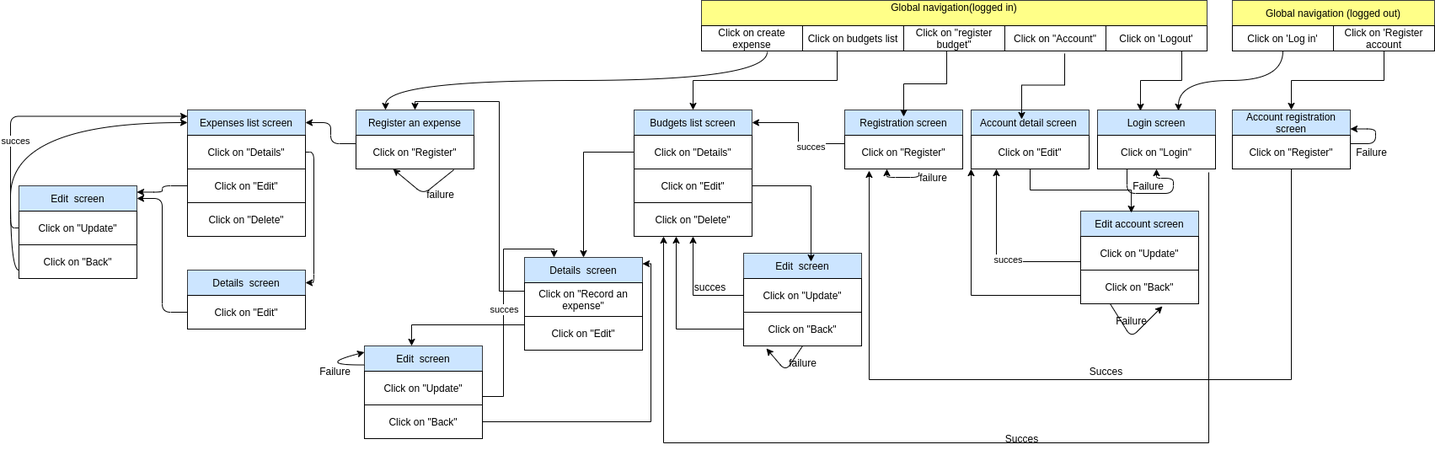
eaguidigodo/budman keeps this draw.io diagram as docs/budman_transition.drawio.png. Above is the earlier version. Source tidied: cells renumbered, new cells last; positions are measured from the earlier drawing's top-left corner, leaving out a move shared by most shapes.
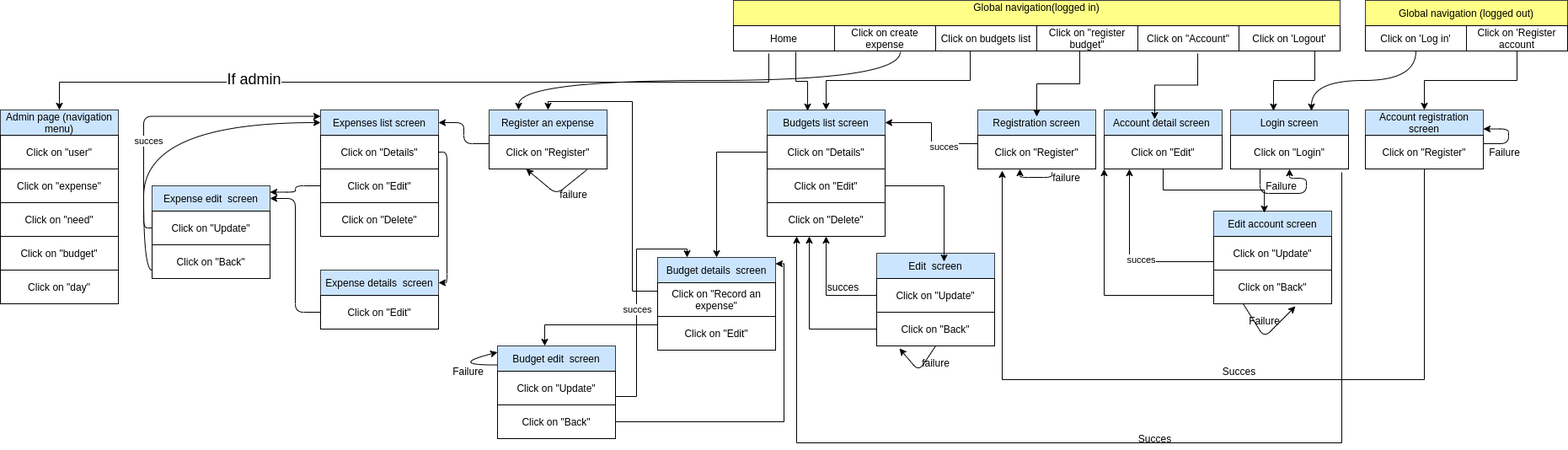
The same file after the commit.

Commit message:
added home and admin screen

The edit, as a diff of the source:
```diff
@@ -3,7 +3,7 @@
     <mxCell id="0" />
     <mxCell id="1" parent="0" />
     <mxCell id="2" value="Global navigation(logged in)&lt;br&gt;&lt;br&gt;" style="rounded=0;whiteSpace=wrap;html=1;fillColor=#ffff88;strokeColor=#36393d;" parent="1" vertex="1">
-      <mxGeometry x="810" width="600" height="30" as="geometry" />
+      <mxGeometry x="690" width="720" height="30" as="geometry" />
     </mxCell>
     <mxCell id="3" value="Global navigation (logged out)&lt;br&gt;" style="rounded=0;whiteSpace=wrap;html=1;fillColor=#ffff88;strokeColor=#36393d;align=center;" parent="1" vertex="1">
       <mxGeometry x="1440" width="240" height="30" as="geometry" />
@@ -80,7 +80,7 @@
     <mxCell id="27" value="Click on &quot;Back&quot;" style="rounded=0;whiteSpace=wrap;html=1;" parent="1" vertex="1">
       <mxGeometry x="860" y="370" width="140" height="40" as="geometry" />
     </mxCell>
-    <mxCell id="28" value="Details&amp;nbsp; screen" style="rounded=0;whiteSpace=wrap;html=1;fillColor=#cce5ff;strokeColor=#36393d;" parent="1" vertex="1">
+    <mxCell id="28" value="Budget details&amp;nbsp; screen" style="rounded=0;whiteSpace=wrap;html=1;fillColor=#cce5ff;strokeColor=#36393d;" parent="1" vertex="1">
       <mxGeometry x="600" y="305" width="140" height="30" as="geometry" />
     </mxCell>
     <mxCell id="29" value="Click on &quot;Record an expense&quot;" style="rounded=0;whiteSpace=wrap;html=1;" parent="1" vertex="1">
@@ -101,13 +101,13 @@
     <mxCell id="34" value="Click on &quot;Delete&quot;" style="rounded=0;whiteSpace=wrap;html=1;" parent="1" vertex="1">
       <mxGeometry x="200" y="240" width="140" height="40" as="geometry" />
     </mxCell>
-    <mxCell id="35" value="Details&amp;nbsp; screen" style="rounded=0;whiteSpace=wrap;html=1;fillColor=#cce5ff;strokeColor=#36393d;" parent="1" vertex="1">
+    <mxCell id="35" value="Expense details&amp;nbsp; screen" style="rounded=0;whiteSpace=wrap;html=1;fillColor=#cce5ff;strokeColor=#36393d;" parent="1" vertex="1">
       <mxGeometry x="200" y="320" width="140" height="30" as="geometry" />
     </mxCell>
     <mxCell id="36" value="Click on &quot;Edit&quot;" style="rounded=0;whiteSpace=wrap;html=1;" parent="1" vertex="1">
       <mxGeometry x="200" y="350" width="140" height="40" as="geometry" />
     </mxCell>
-    <mxCell id="37" value="Edit&amp;nbsp; screen" style="rounded=0;whiteSpace=wrap;html=1;fillColor=#cce5ff;strokeColor=#36393d;" parent="1" vertex="1">
+    <mxCell id="37" value="Budget edit&amp;nbsp; screen" style="rounded=0;whiteSpace=wrap;html=1;fillColor=#cce5ff;strokeColor=#36393d;" parent="1" vertex="1">
       <mxGeometry x="410" y="410" width="140" height="30" as="geometry" />
     </mxCell>
     <mxCell id="38" value="Click on &quot;Update&quot;" style="rounded=0;whiteSpace=wrap;html=1;" parent="1" vertex="1">
@@ -300,7 +300,7 @@
     <mxCell id="82" value="failure" style="text;html=1;align=center;verticalAlign=middle;strokeColor=none;fillColor=none;" parent="1" vertex="1">
       <mxGeometry x="475" y="220" width="50" height="20" as="geometry" />
     </mxCell>
-    <mxCell id="83" value="Edit&amp;nbsp; screen" style="rounded=0;whiteSpace=wrap;html=1;fillColor=#cce5ff;strokeColor=#36393d;" parent="1" vertex="1">
+    <mxCell id="83" value="Expense edit&amp;nbsp; screen" style="rounded=0;whiteSpace=wrap;html=1;fillColor=#cce5ff;strokeColor=#36393d;" parent="1" vertex="1">
       <mxGeometry y="220" width="140" height="30" as="geometry" />
     </mxCell>
     <mxCell id="84" value="Click on &quot;Update&quot;" style="rounded=0;whiteSpace=wrap;html=1;" parent="1" vertex="1">
@@ -333,5 +333,35 @@
     <mxCell id="93" style="endArrow=classic;html=1;rounded=0;exitX=0.65;exitY=1.033;exitDx=0;exitDy=0;entryX=0.25;entryY=0;entryDx=0;entryDy=0;edgeStyle=orthogonalEdgeStyle;exitPerimeter=0;elbow=vertical;curved=1;" parent="1" edge="1" source="92" target="77">
       <mxGeometry relative="1" as="geometry" />
     </mxCell>
+    <mxCell id="94" value="Home" style="rounded=0;whiteSpace=wrap;html=1;" parent="1" vertex="1">
+      <mxGeometry x="690" y="30" width="120" height="30" as="geometry" />
+    </mxCell>
+    <mxCell id="95" style="endArrow=classic;html=1;rounded=0;exitX=0.617;exitY=1.033;exitDx=0;exitDy=0;entryX=0.343;entryY=0.033;entryDx=0;entryDy=0;edgeStyle=elbowEdgeStyle;exitPerimeter=0;entryPerimeter=0;elbow=vertical;" parent="1" edge="1" source="94" target="21">
+      <mxGeometry relative="1" as="geometry" />
+    </mxCell>
+    <mxCell id="96" style="endArrow=classic;html=1;rounded=0;exitX=0.35;exitY=1.1;exitDx=0;exitDy=0;edgeStyle=elbowEdgeStyle;exitPerimeter=0;elbow=vertical;" parent="1" edge="1" source="94" target="98">
+      <mxGeometry relative="1" as="geometry" />
+    </mxCell>
+    <mxCell id="97" value="If admin&lt;br style=&quot;font-size: 18px;&quot;&gt;" style="edgeLabel;html=1;align=center;verticalAlign=middle;fontSize=18;" parent="96" vertex="1">
+      <mxGeometry x="0.42" y="-4" relative="1" as="geometry" />
+    </mxCell>
+    <mxCell id="98" value="Admin page (navigation menu)" style="rounded=0;whiteSpace=wrap;html=1;fillColor=#cce5ff;strokeColor=#36393d;" parent="1" vertex="1">
+      <mxGeometry x="-180" y="130" width="140" height="30" as="geometry" />
+    </mxCell>
+    <mxCell id="99" value="Click on &quot;user&quot;" style="rounded=0;whiteSpace=wrap;html=1;" parent="1" vertex="1">
+      <mxGeometry x="-180" y="160" width="140" height="40" as="geometry" />
+    </mxCell>
+    <mxCell id="100" value="Click on &quot;expense&quot;" style="rounded=0;whiteSpace=wrap;html=1;" parent="1" vertex="1">
+      <mxGeometry x="-180" y="200" width="140" height="40" as="geometry" />
+    </mxCell>
+    <mxCell id="101" value="Click on &quot;need&quot;" style="rounded=0;whiteSpace=wrap;html=1;" parent="1" vertex="1">
+      <mxGeometry x="-180" y="240" width="140" height="40" as="geometry" />
+    </mxCell>
+    <mxCell id="102" value="Click on &quot;budget&quot;" style="rounded=0;whiteSpace=wrap;html=1;" parent="1" vertex="1">
+      <mxGeometry x="-180" y="280" width="140" height="40" as="geometry" />
+    </mxCell>
+    <mxCell id="103" value="Click on &quot;day&quot;" style="rounded=0;whiteSpace=wrap;html=1;" parent="1" vertex="1">
+      <mxGeometry x="-180" y="320" width="140" height="40" as="geometry" />
+    </mxCell>
   </root>
 </mxGraphModel>
```
